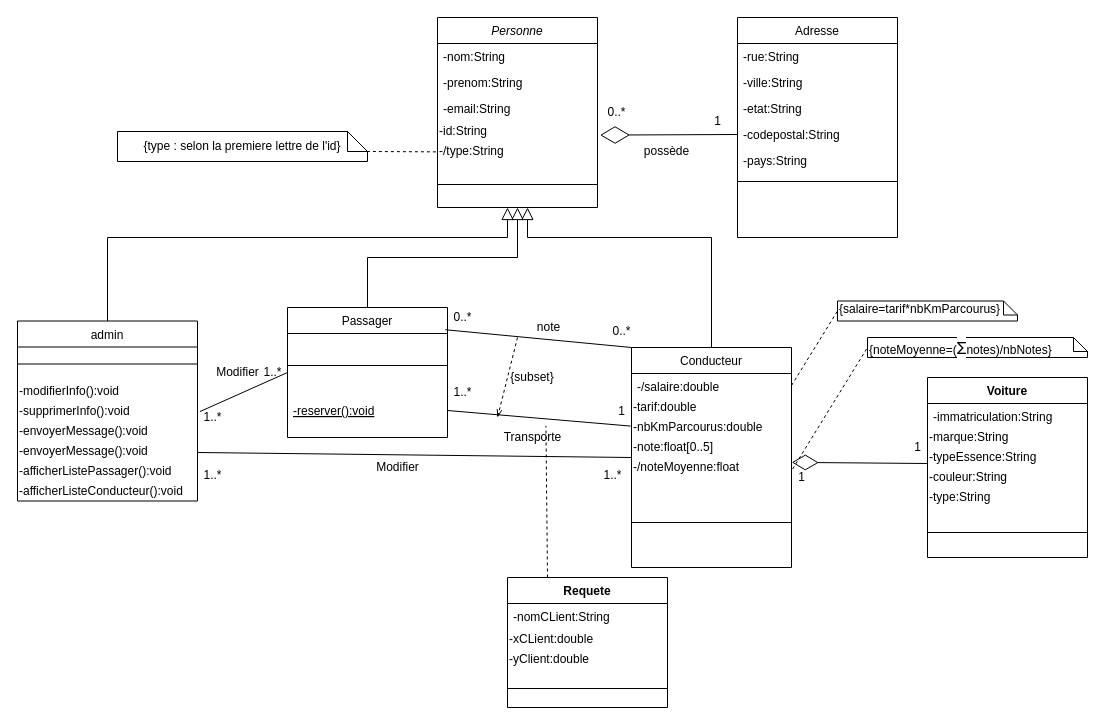
Before: gestion_de_projet/Diagramme_de_classe.drawio in mboultoureau/utaxi, a draw.io diagram. Source tidied: cells renumbered, new cells numbered last; positions are measured from the earlier drawing's top-left corner, leaving out a move shared by most shapes. Both pictures are drawn from the tidied source at 100%, with x=0, y=0 at pixel (17, 17).
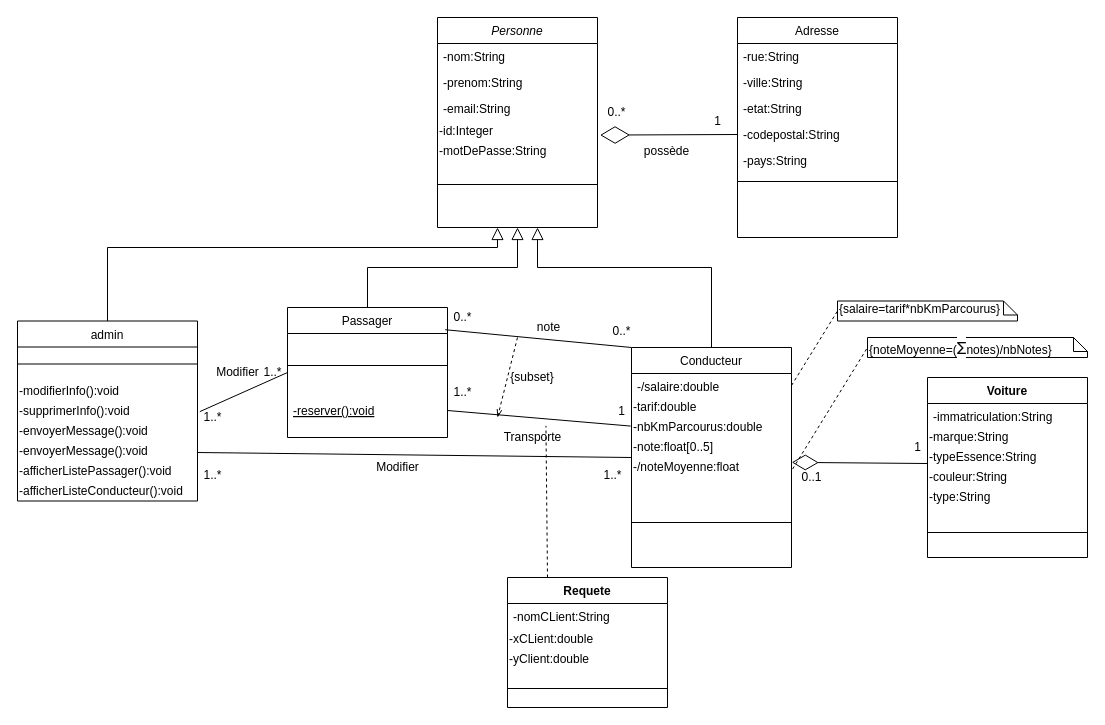
The same diagram, later.

Unchanged cells that the change refers to:
```xml
<mxCell id="12" value="admin" style="swimlane;fontStyle=0;align=center;verticalAlign=top;horizontal=1;startSize=26;rounded=0;shadow=0;strokeWidth=1;" parent="1" vertex="1">
  <mxGeometry y="303.5" width="180" height="180" as="geometry" />
</mxCell>
<mxCell id="44" value="Conducteur" style="swimlane;fontStyle=0;align=center;verticalAlign=top;horizontal=1;startSize=26;rounded=0;shadow=0;strokeWidth=1;" parent="1" vertex="1">
  <mxGeometry x="614" y="330" width="160" height="220" as="geometry" />
</mxCell>
```

Change to the diagram source:
```diff
@@
-    <mxCell id="3" style="endArrow=block;endSize=10;endFill=0;shadow=0;strokeWidth=1;rounded=0;edgeStyle=elbowEdgeStyle;elbow=vertical;" parent="1" edge="1" source="44" target="51">
+    <mxCell id="3" style="endArrow=block;endSize=10;endFill=0;shadow=0;strokeWidth=1;rounded=0;edgeStyle=elbowEdgeStyle;elbow=vertical;" parent="1" edge="1" source="44">
       <mxGeometry relative="1" as="geometry">
+        <mxPoint x="520" y="210" as="targetPoint" />
         <Array as="points">
+          <mxPoint x="600" y="250" />
           <mxPoint x="510" y="220" />
         </Array>
       </mxGeometry>
     </mxCell>
     <mxCell id="4" style="endArrow=block;endSize=10;endFill=0;shadow=0;strokeWidth=1;rounded=0;edgeStyle=elbowEdgeStyle;elbow=vertical;exitX=0.5;exitY=0;exitDx=0;exitDy=0;" parent="1" edge="1" source="12">
       <mxGeometry relative="1" as="geometry">
-        <mxPoint x="490" y="190" as="targetPoint" />
+        <mxPoint x="480" y="210" as="targetPoint" />
         <Array as="points">
+          <mxPoint x="470" y="230" />
           <mxPoint x="290" y="220" />
         </Array>
       </mxGeometry>
     </mxCell>
@@
     <mxCell id="51" value="Personne" style="swimlane;fontStyle=2;align=center;verticalAlign=top;horizontal=1;startSize=26;rounded=0;shadow=0;strokeWidth=1;" parent="1" vertex="1">
-      <mxGeometry x="420" width="160" height="190" as="geometry" />
+      <mxGeometry x="420" width="160" height="210" as="geometry" />
     </mxCell>
@@
-    <mxCell id="55" value="-id:String" style="text;html=1;align=left;verticalAlign=middle;points=[];" parent="51" vertex="1">
+    <mxCell id="55" value="-id:Integer" style="text;html=1;align=left;verticalAlign=middle;points=[];" parent="51" vertex="1">
       <mxGeometry y="104" width="160" height="20" as="geometry" />
     </mxCell>
-    <mxCell id="56" value="-/type:String" style="text;html=1;align=left;verticalAlign=middle;points=[];" parent="51" vertex="1">
-      <mxGeometry y="124" width="160" height="20" as="geometry" />
-    </mxCell>
+    <mxCell id="81" value="-motDePasse:String" style="text;html=1;align=left;verticalAlign=middle;" parent="51" vertex="1">
+      <mxGeometry y="124" width="160" height="20" as="geometry" />
+    </mxCell>
@@
-    <mxCell id="60" value="{type : selon la premiere lettre de l'id}" style="shape=note;size=20;whiteSpace=wrap;html=1;" parent="1" vertex="1">
-      <mxGeometry x="100" y="114" width="250" height="30" as="geometry" />
-    </mxCell>
-    <mxCell id="61" style="endArrow=none;dashed=1;html=1;entryX=0;entryY=0;entryDx=250;entryDy=20;entryPerimeter=0;exitX=-0.01;exitY=0.518;exitDx=0;exitDy=0;exitPerimeter=0;" parent="1" edge="1" source="56" target="60">
-      <mxGeometry relative="1" as="geometry" />
-    </mxCell>
@@
-    <mxCell id="77" value="1" style="text;html=1;align=center;verticalAlign=middle;" parent="1" vertex="1">
-      <mxGeometry x="774" y="450" width="20" height="20" as="geometry" />
+    <mxCell id="77" value="0..1" style="text;html=1;align=center;verticalAlign=middle;" parent="1" vertex="1">
+      <mxGeometry x="774" y="450" width="40" height="20" as="geometry" />
     </mxCell>
```
